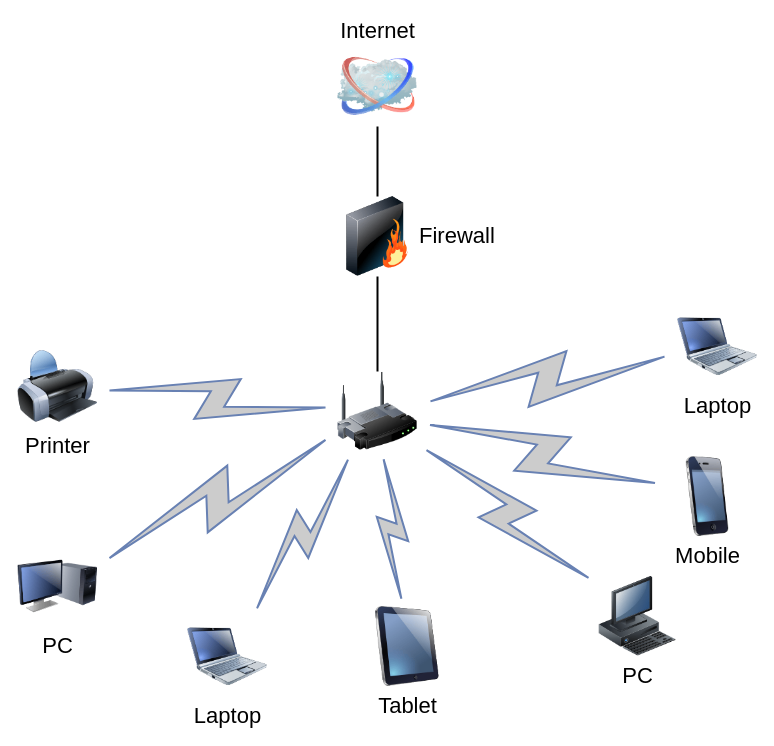
This is 开题自问自答_单AP预期结果.drawio from zeandon/draw.io, a draw.io file, before an edit. Source tidied: cells renumbered, new cells numbered last; positions are measured from the earlier drawing's top-left corner, leaving out a move shared by most shapes. Both pictures are drawn from the tidied source at 100%, with x=0, y=0 at pixel (17, 46).
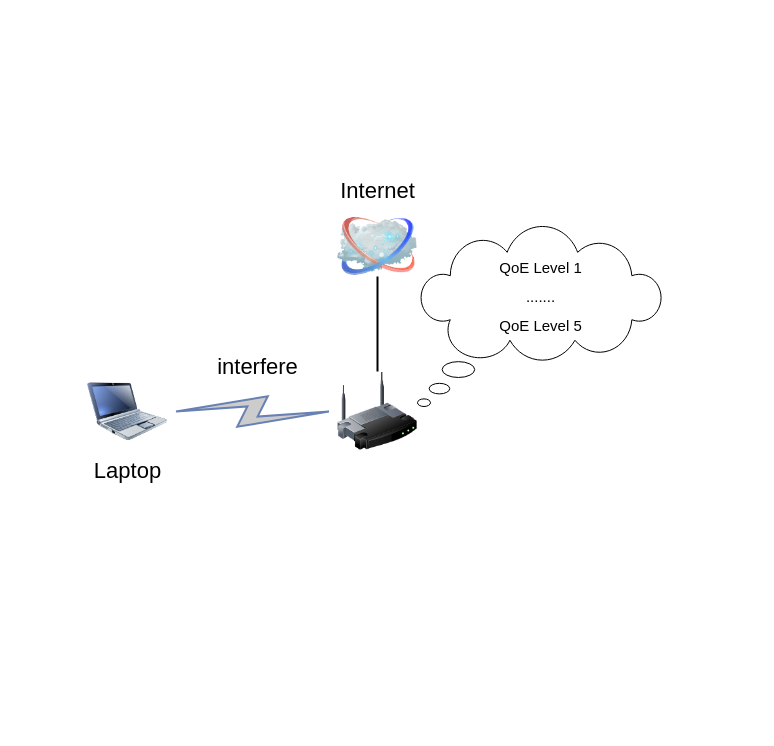
Above is the later version.

Commit message:
更新开题自问自答_单AP预期结果.drawio

Unchanged cells that the change refers to:
```xml
<mxCell id="3" style="image;html=1;labelBackgroundColor=#ffffff;image=img/lib/clip_art/networking/Wireless_Router_128x128.png;rounded=1;shadow=0;comic=0;strokeWidth=2;fontSize=22;" parent="1" vertex="1">
  <mxGeometry x="320" y="325" width="80" height="80" as="geometry" />
</mxCell>
```

The edit, as a diff of the source:
```diff
@@
-    <mxCell id="2" style="edgeStyle=none;rounded=0;html=1;labelBackgroundColor=none;endArrow=none;strokeWidth=2;fontFamily=Verdana;fontSize=22;" parent="1" edge="1" source="3" target="6">
-      <mxGeometry relative="1" as="geometry" />
+    <mxCell id="2" style="edgeStyle=none;rounded=0;html=1;labelBackgroundColor=none;endArrow=none;strokeWidth=2;fontFamily=Verdana;fontSize=22;" parent="1" edge="1" source="3">
+      <mxGeometry relative="1" as="geometry">
+        <mxPoint x="360" y="230" as="targetPoint" />
+      </mxGeometry>
     </mxCell>
@@
     <mxCell id="4" value="Internet" style="image;html=1;labelBackgroundColor=#ffffff;image=img/lib/clip_art/networking/Cloud_128x128.png;rounded=1;shadow=0;comic=0;strokeWidth=2;fontSize=22;labelPosition=center;verticalLabelPosition=top;align=center;verticalAlign=bottom;" parent="1" vertex="1">
-      <mxGeometry x="320" width="80" height="80" as="geometry" />
+      <mxGeometry x="320" y="160" width="80" height="80" as="geometry" />
     </mxCell>
-    <mxCell id="5" style="edgeStyle=none;rounded=0;html=1;labelBackgroundColor=none;endArrow=none;strokeWidth=2;fontFamily=Verdana;fontSize=22;" parent="1" edge="1" source="6" target="4">
-      <mxGeometry relative="1" as="geometry" />
-    </mxCell>
-    <mxCell id="6" value="Firewall" style="image;html=1;labelBackgroundColor=#ffffff;image=img/lib/clip_art/networking/Firewall_128x128.png;rounded=1;shadow=0;comic=0;strokeWidth=2;fontSize=22;labelPosition=right;verticalLabelPosition=middle;align=left;verticalAlign=middle;" parent="1" vertex="1">
-      <mxGeometry x="320" y="150" width="80" height="80" as="geometry" />
-    </mxCell>
-    <mxCell id="7" value="Tablet" style="image;html=1;labelBackgroundColor=#ffffff;image=img/lib/clip_art/computers/iPad_128x128.png;rounded=1;shadow=0;comic=0;strokeWidth=2;fontSize=22;" parent="1" vertex="1">
-      <mxGeometry x="350" y="560" width="80" height="80" as="geometry" />
-    </mxCell>
-    <mxCell id="8" value="PC" style="image;html=1;labelBackgroundColor=#ffffff;image=img/lib/clip_art/computers/Monitor_Tower_128x128.png;rounded=1;shadow=0;comic=0;strokeWidth=2;fontSize=22;" parent="1" vertex="1">
-      <mxGeometry y="500" width="80" height="80" as="geometry" />
-    </mxCell>
-    <mxCell id="9" value="Printer" style="image;html=1;labelBackgroundColor=#ffffff;image=img/lib/clip_art/computers/Printer_128x128.png;rounded=1;shadow=0;comic=0;strokeWidth=2;fontSize=22;" parent="1" vertex="1">
-      <mxGeometry y="300" width="80" height="80" as="geometry" />
-    </mxCell>
-    <mxCell id="10" value="PC" style="image;html=1;labelBackgroundColor=#ffffff;image=img/lib/clip_art/computers/Workstation_128x128.png;rounded=1;shadow=0;comic=0;strokeWidth=2;fontSize=22;" parent="1" vertex="1">
-      <mxGeometry x="580" y="530" width="80" height="80" as="geometry" />
-    </mxCell>
-    <mxCell id="11" value="Mobile" style="image;html=1;labelBackgroundColor=#ffffff;image=img/lib/clip_art/telecommunication/iPhone_128x128.png;rounded=1;shadow=0;comic=0;strokeWidth=2;fontSize=22;" parent="1" vertex="1">
-      <mxGeometry x="650" y="410" width="80" height="80" as="geometry" />
-    </mxCell>
     <mxCell id="12" value="Laptop" style="image;html=1;labelBackgroundColor=#ffffff;image=img/lib/clip_art/computers/Netbook_128x128.png;rounded=1;shadow=0;comic=0;strokeColor=#000000;strokeWidth=2;fillColor=#FFFFFF;fontSize=22;fontColor=#000000;" parent="1" vertex="1">
-      <mxGeometry x="660" y="260" width="80" height="80" as="geometry" />
+      <mxGeometry x="70" y="325" width="80" height="80" as="geometry" />
     </mxCell>
-    <mxCell id="13" value="Laptop" style="image;html=1;labelBackgroundColor=#ffffff;image=img/lib/clip_art/computers/Netbook_128x128.png;rounded=1;shadow=0;comic=0;strokeWidth=2;fontSize=22;" parent="1" vertex="1">
-      <mxGeometry x="170" y="570" width="80" height="80" as="geometry" />
-    </mxCell>
-    <mxCell id="14" style="html=1;fillColor=#CCCCCC;strokeColor=#6881B3;gradientColor=none;gradientDirection=north;strokeWidth=2;shape=mxgraph.networks.comm_link_edge;html=1;labelBackgroundColor=none;endArrow=none;fontFamily=Verdana;fontSize=22;fontColor=#000000;" parent="1" edge="1" source="9" target="3">
-      <mxGeometry relative="1" as="geometry" />
-    </mxCell>
-    <mxCell id="15" style="html=1;fillColor=#CCCCCC;strokeColor=#6881B3;gradientColor=none;gradientDirection=north;strokeWidth=2;shape=mxgraph.networks.comm_link_edge;html=1;labelBackgroundColor=none;endArrow=none;fontFamily=Verdana;fontSize=22;fontColor=#000000;fontStyle=1;" parent="1" edge="1" source="8" target="3">
-      <mxGeometry relative="1" as="geometry" />
-    </mxCell>
-    <mxCell id="16" style="html=1;fillColor=#CCCCCC;strokeColor=#6881B3;gradientColor=none;gradientDirection=north;strokeWidth=2;shape=mxgraph.networks.comm_link_edge;html=1;labelBackgroundColor=none;endArrow=none;fontFamily=Verdana;fontSize=22;fontColor=#000000;" parent="1" edge="1" source="13" target="3">
-      <mxGeometry relative="1" as="geometry" />
-    </mxCell>
-    <mxCell id="17" style="html=1;fillColor=#CCCCCC;strokeColor=#6881B3;gradientColor=none;gradientDirection=north;strokeWidth=2;shape=mxgraph.networks.comm_link_edge;html=1;labelBackgroundColor=none;endArrow=none;fontFamily=Verdana;fontSize=22;fontColor=#000000;" parent="1" edge="1" source="7" target="3">
-      <mxGeometry relative="1" as="geometry" />
-    </mxCell>
-    <mxCell id="18" style="html=1;fillColor=#CCCCCC;strokeColor=#6881B3;gradientColor=none;gradientDirection=north;strokeWidth=2;shape=mxgraph.networks.comm_link_edge;html=1;labelBackgroundColor=none;endArrow=none;fontFamily=Verdana;fontSize=22;fontColor=#000000;" parent="1" edge="1" source="10" target="3">
-      <mxGeometry relative="1" as="geometry" />
-    </mxCell>
-    <mxCell id="19" style="html=1;fillColor=#CCCCCC;strokeColor=#6881B3;gradientColor=none;gradientDirection=north;strokeWidth=2;shape=mxgraph.networks.comm_link_edge;html=1;labelBackgroundColor=none;endArrow=none;fontFamily=Verdana;fontSize=22;fontColor=#000000;" parent="1" edge="1" source="11" target="3">
-      <mxGeometry relative="1" as="geometry" />
-    </mxCell>
@@
+    <mxCell id="21" style="whiteSpace=wrap;html=1;shape=mxgraph.basic.cloud_callout;" parent="1" vertex="1">
+      <mxGeometry x="400" y="180" width="245" height="180" as="geometry" />
+    </mxCell>
+    <mxCell id="22" value="&lt;span style=&quot;font-weight: normal;&quot;&gt;&lt;font style=&quot;font-size: 22px;&quot;&gt;interfere&lt;/font&gt;&lt;/span&gt;" style="text;strokeColor=none;fillColor=none;html=1;fontSize=24;fontStyle=1;verticalAlign=middle;align=center;" parent="1" vertex="1">
+      <mxGeometry x="190" y="300" width="100" height="40" as="geometry" />
+    </mxCell>
+    <mxCell id="23" value="&lt;span style=&quot;font-weight: normal;&quot;&gt;&lt;font style=&quot;font-size: 15px;&quot;&gt;QoE Level 1&lt;br&gt;.......&lt;/font&gt;&lt;/span&gt;&lt;div&gt;&lt;span style=&quot;font-weight: normal;&quot;&gt;&lt;font style=&quot;font-size: 15px;&quot;&gt;QoE Level 5&lt;/font&gt;&lt;/span&gt;&lt;/div&gt;" style="text;strokeColor=none;fillColor=none;html=1;fontSize=24;fontStyle=1;verticalAlign=middle;align=center;" parent="1" vertex="1">
+      <mxGeometry x="472.5" y="205" width="100" height="85" as="geometry" />
+    </mxCell>
```
